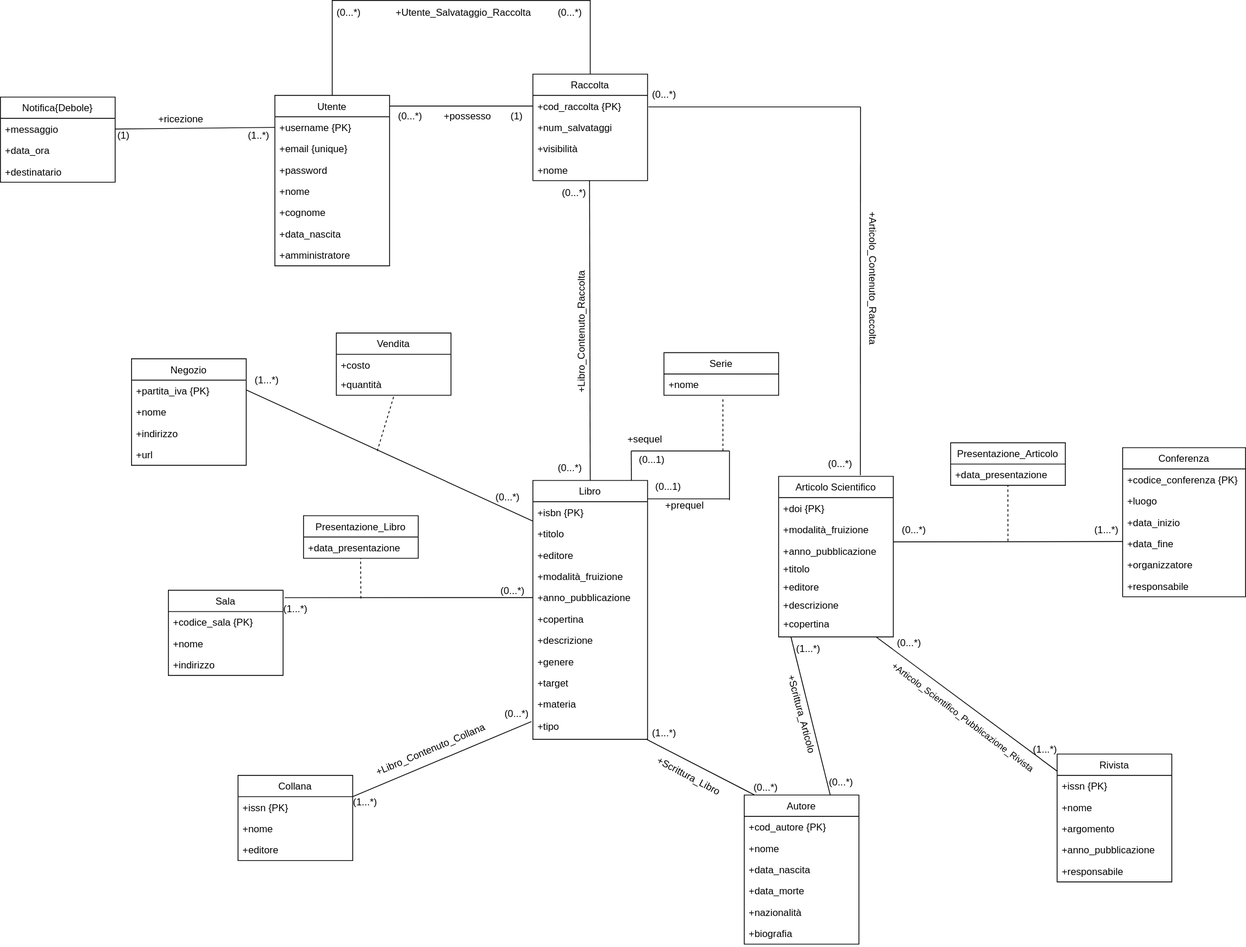
Above: progettazione_concettuale/Modello_Concettuale_Ristrutturato_UML.drawio.svg in m3tt0/Progetto_OB_BASI (draw.io), before the change. Source tidied: cells renumbered, new cells last; positions are measured from the earlier drawing's top-left corner, leaving out a move shared by most shapes.
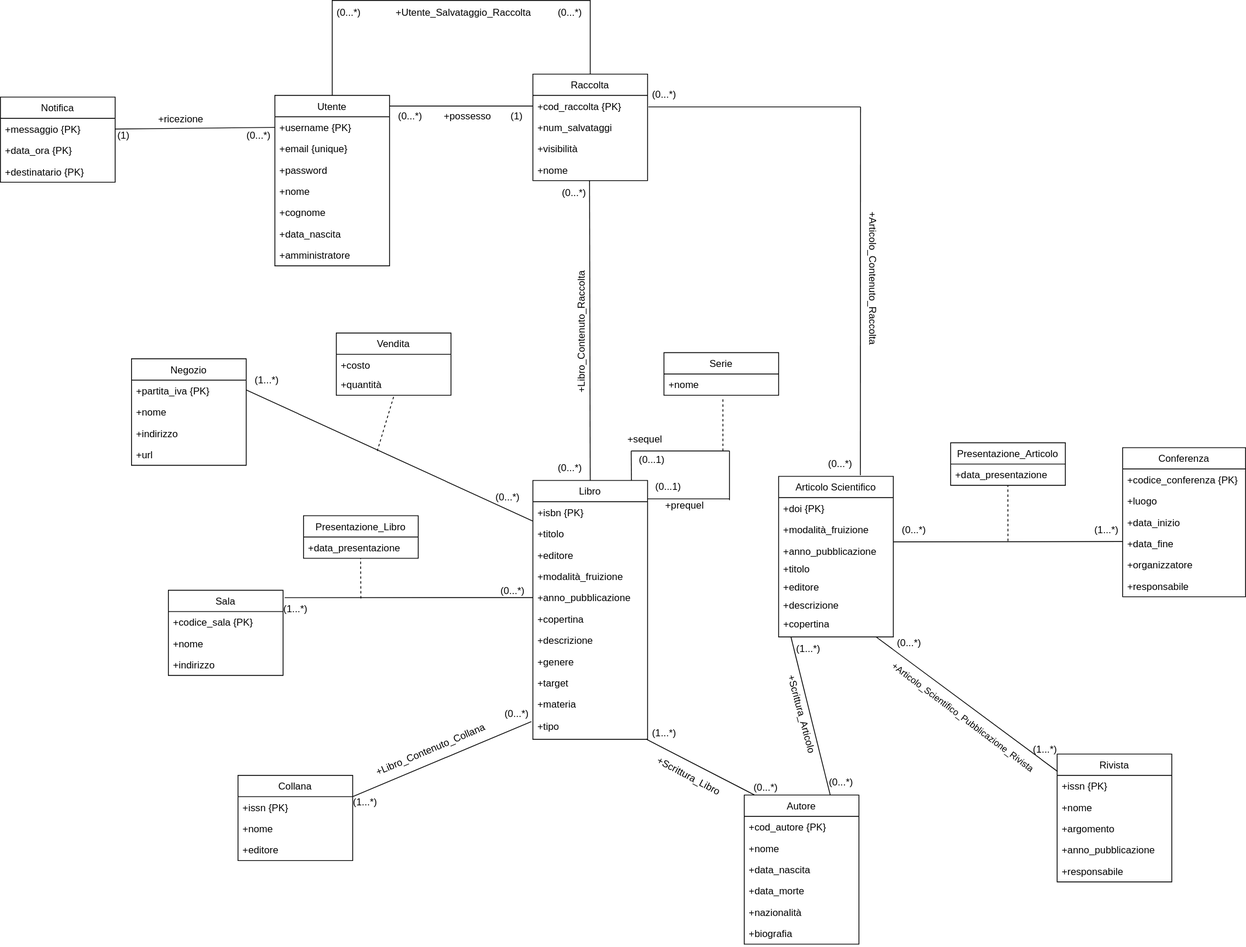
The same diagram one commit later.

Diff of the diagram source:
```diff
@@ -311,22 +311,22 @@
     <mxCell id="99" style="endArrow=none;html=1;rounded=0;entryX=0;entryY=0.5;entryDx=0;entryDy=0;exitX=1;exitY=0.5;exitDx=0;exitDy=0;" parent="1" edge="1" source="101" target="92">
       <mxGeometry relative="1" as="geometry" />
     </mxCell>
-    <mxCell id="100" value="Notifica{Debole}" style="swimlane;fontStyle=0;horizontal=1;startSize=26;fillColor=none;" parent="1" vertex="1">
+    <mxCell id="100" value="Notifica" style="swimlane;fontStyle=0;horizontal=1;startSize=26;fillColor=none;" parent="1" vertex="1">
       <mxGeometry y="118" width="140" height="104" as="geometry" />
     </mxCell>
-    <mxCell id="101" value="+messaggio" style="text;strokeColor=none;fillColor=none;align=left;verticalAlign=top;spacingLeft=4;spacingRight=4;overflow=hidden;points=[[0,0.5],[1,0.5]];portConstraint=eastwest;" parent="100" vertex="1">
+    <mxCell id="101" value="+messaggio {PK}" style="text;strokeColor=none;fillColor=none;align=left;verticalAlign=top;spacingLeft=4;spacingRight=4;overflow=hidden;points=[[0,0.5],[1,0.5]];portConstraint=eastwest;" parent="100" vertex="1">
       <mxGeometry y="26" width="140" height="26" as="geometry" />
     </mxCell>
-    <mxCell id="102" value="+data_ora" style="text;strokeColor=none;fillColor=none;align=left;verticalAlign=top;spacingLeft=4;spacingRight=4;overflow=hidden;" parent="100" vertex="1">
+    <mxCell id="102" value="+data_ora {PK}" style="text;strokeColor=none;fillColor=none;align=left;verticalAlign=top;spacingLeft=4;spacingRight=4;overflow=hidden;" parent="100" vertex="1">
       <mxGeometry y="52" width="140" height="26" as="geometry" />
     </mxCell>
-    <mxCell id="103" value="+destinatario" style="text;strokeColor=none;fillColor=none;align=left;verticalAlign=top;spacingLeft=4;spacingRight=4;overflow=hidden;" parent="100" vertex="1">
+    <mxCell id="103" value="+destinatario {PK}" style="text;strokeColor=none;fillColor=none;align=left;verticalAlign=top;spacingLeft=4;spacingRight=4;overflow=hidden;" parent="100" vertex="1">
       <mxGeometry y="78" width="140" height="26" as="geometry" />
     </mxCell>
     <mxCell id="104" value="(1)" style="text;html=1;align=center;verticalAlign=middle;strokeColor=none;fillColor=none;" parent="1" vertex="1">
       <mxGeometry x="130" y="150" width="40" height="30" as="geometry" />
     </mxCell>
-    <mxCell id="105" value="(1..*)" style="text;html=1;align=center;verticalAlign=middle;strokeColor=none;fillColor=none;" parent="1" vertex="1">
+    <mxCell id="105" value="(0...*)" style="text;html=1;align=center;verticalAlign=middle;strokeColor=none;fillColor=none;" parent="1" vertex="1">
       <mxGeometry x="290" y="150" width="50" height="30" as="geometry" />
     </mxCell>
     <mxCell id="106" value="+ricezione" style="text;html=1;align=center;verticalAlign=middle;strokeColor=none;fillColor=none;rotation=0;" parent="1" vertex="1">
```
